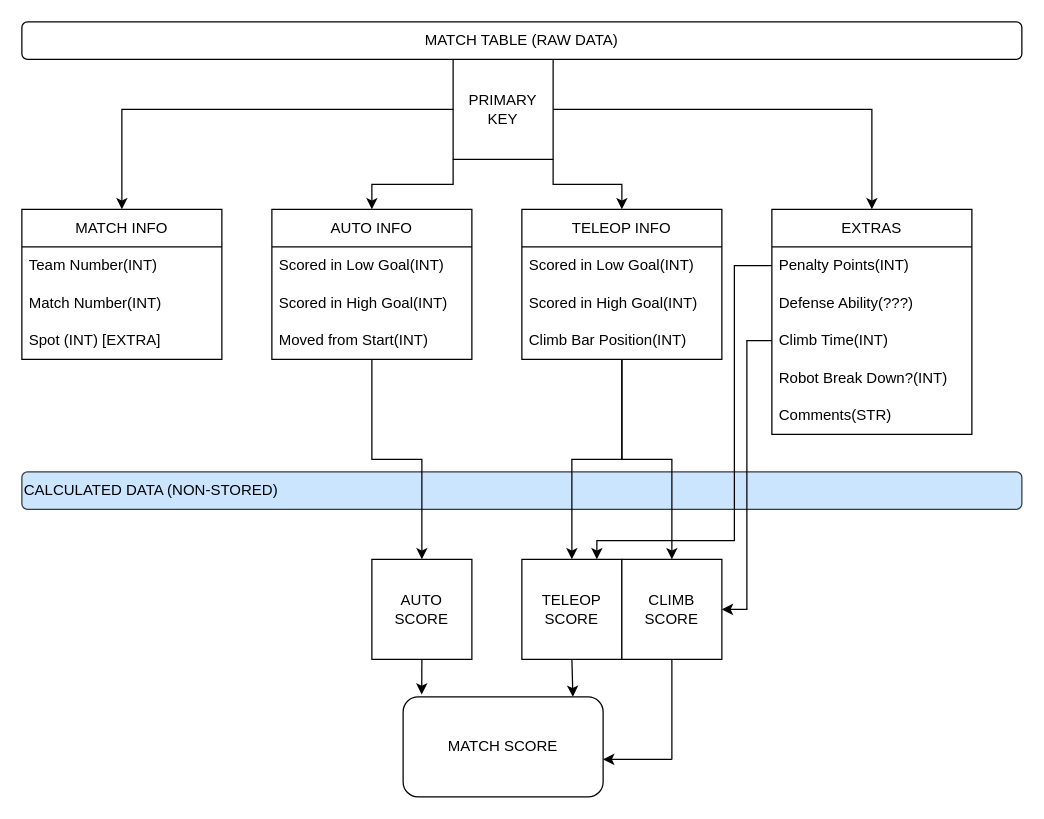
Earlier version of the draw.io diagram docs/DataDesign.drawio (Derp88/computing1Final). Source tidied: cells renumbered, new cells numbered last; positions are measured from the earlier drawing's top-left corner, leaving out a move shared by most shapes. Both pictures are drawn from the tidied source at 125%, with x=0, y=0 at pixel (21, 21).
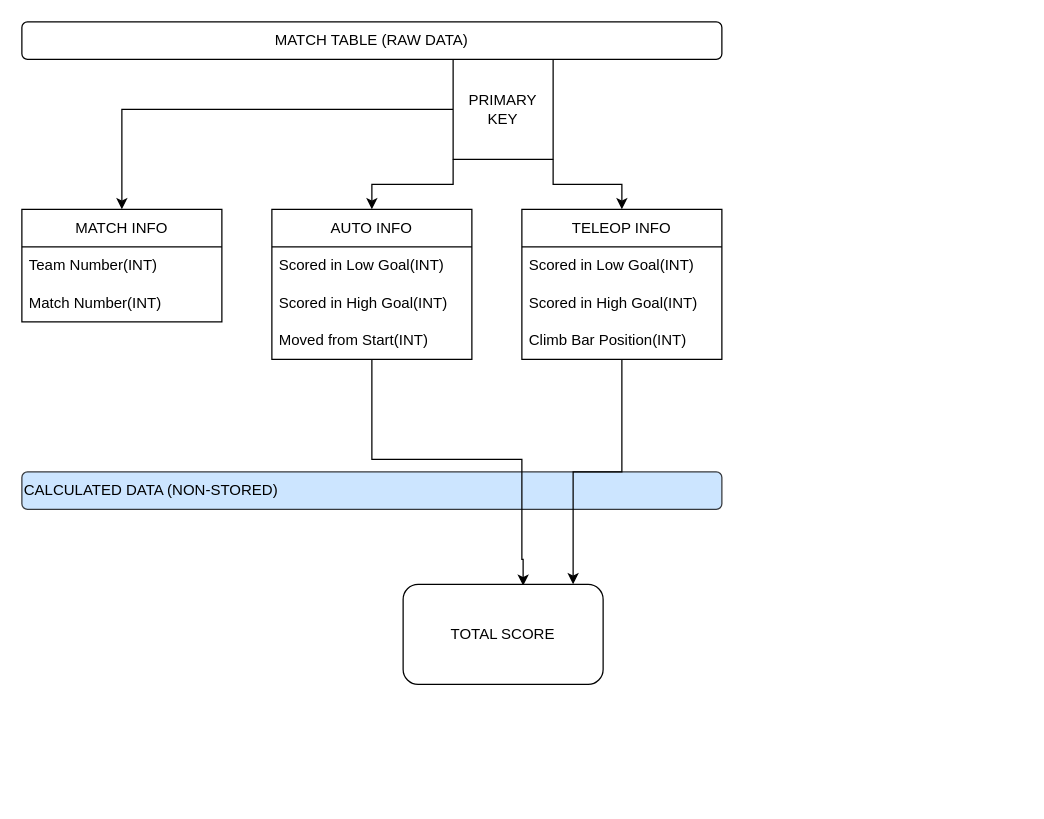
After the change.

Unchanged cells that the change refers to:
```xml
<mxCell id="7" value="PRIMARY KEY&lt;br&gt;" style="whiteSpace=wrap;html=1;" parent="1" vertex="1">
  <mxGeometry x="345" y="30" width="80" height="80" as="geometry" />
</mxCell>
<mxCell id="13" value="AUTO INFO" style="swimlane;fontStyle=0;horizontal=1;startSize=30;whiteSpace=wrap;html=1;" parent="1" vertex="1">
  <mxGeometry x="200" y="150" width="160" height="120" as="geometry" />
</mxCell>
<mxCell id="19" value="TELEOP INFO" style="swimlane;fontStyle=0;horizontal=1;startSize=30;whiteSpace=wrap;html=1;" parent="1" vertex="1">
  <mxGeometry x="400" y="150" width="160" height="120" as="geometry" />
</mxCell>
```

Change to the diagram source:
```diff
@@
     <mxCell id="2" value="CALCULATED DATA (NON-STORED)" style="rounded=1;whiteSpace=wrap;html=1;fillColor=#cce5ff;strokeColor=#36393d;align=left;" parent="1" vertex="1">
-      <mxGeometry y="360" width="800" height="30" as="geometry" />
+      <mxGeometry y="360" width="560" height="30" as="geometry" />
     </mxCell>
@@
-    <mxCell id="6" style="edgeStyle=orthogonalEdgeStyle;rounded=0;jettySize=auto;html=1;exitX=1;exitY=0.5;exitDx=0;exitDy=0;entryX=0.5;entryY=0;entryDx=0;entryDy=0;" parent="1" edge="1" source="7" target="23">
-      <mxGeometry relative="1" as="geometry" />
-    </mxCell>
@@
     <mxCell id="8" value="MATCH INFO" style="swimlane;fontStyle=0;horizontal=1;startSize=30;whiteSpace=wrap;html=1;" parent="1" vertex="1">
-      <mxGeometry y="150" width="160" height="120" as="geometry" />
+      <mxGeometry y="150" width="160" height="90" as="geometry" />
     </mxCell>
@@
-    <mxCell id="11" value="Spot (INT) [EXTRA]" style="text;strokeColor=none;fillColor=none;align=left;verticalAlign=middle;spacingLeft=4;spacingRight=4;overflow=hidden;whiteSpace=wrap;html=1;" parent="8" vertex="1">
-      <mxGeometry y="90" width="160" height="30" as="geometry" />
-    </mxCell>
-    <mxCell id="12" style="edgeStyle=orthogonalEdgeStyle;rounded=0;jettySize=auto;html=1;entryX=0.5;entryY=0;entryDx=0;entryDy=0;fontColor=none;" parent="1" edge="1" source="13" target="32">
-      <mxGeometry relative="1" as="geometry" />
+    <mxCell id="12" style="edgeStyle=orthogonalEdgeStyle;rounded=0;jettySize=auto;html=1;entryX=0.6;entryY=0.013;entryDx=0;entryDy=0;fontColor=none;entryPerimeter=0;" parent="1" edge="1" source="13" target="30">
+      <mxGeometry relative="1" as="geometry">
+        <Array as="points">
+          <mxPoint x="280" y="350" />
+          <mxPoint x="400" y="350" />
+          <mxPoint x="400" y="430" />
+        </Array>
+      </mxGeometry>
     </mxCell>
@@
-    <mxCell id="17" style="edgeStyle=orthogonalEdgeStyle;rounded=0;jettySize=auto;html=1;entryX=0.5;entryY=0;entryDx=0;entryDy=0;" parent="1" edge="1" source="19" target="34">
-      <mxGeometry relative="1" as="geometry" />
-    </mxCell>
-    <mxCell id="18" style="edgeStyle=orthogonalEdgeStyle;rounded=0;jettySize=auto;html=1;entryX=0.5;entryY=0;entryDx=0;entryDy=0;" parent="1" edge="1" source="19" target="35">
-      <mxGeometry relative="1" as="geometry" />
-    </mxCell>
+    <mxCell id="40" style="edgeStyle=orthogonalEdgeStyle;rounded=0;jettySize=auto;html=1;entryX=0.85;entryY=0;entryDx=0;entryDy=0;entryPerimeter=0;" parent="1" edge="1" source="19" target="30">
+      <mxGeometry relative="1" as="geometry" />
+    </mxCell>
@@
-    <mxCell id="23" value="EXTRAS" style="swimlane;fontStyle=0;horizontal=1;startSize=30;whiteSpace=wrap;html=1;" parent="1" vertex="1">
-      <mxGeometry x="600" y="150" width="160" height="180" as="geometry" />
-    </mxCell>
-    <mxCell id="24" value="Penalty Points(INT)" style="text;strokeColor=none;fillColor=none;align=left;verticalAlign=middle;spacingLeft=4;spacingRight=4;overflow=hidden;points=[[0,0.5],[1,0.5]];portConstraint=eastwest;whiteSpace=wrap;html=1;" parent="23" vertex="1">
-      <mxGeometry y="30" width="160" height="30" as="geometry" />
-    </mxCell>
-    <mxCell id="25" value="Defense Ability(???)" style="text;strokeColor=none;fillColor=none;align=left;verticalAlign=middle;spacingLeft=4;spacingRight=4;overflow=hidden;whiteSpace=wrap;html=1;" parent="23" vertex="1">
-      <mxGeometry y="60" width="160" height="30" as="geometry" />
-    </mxCell>
-    <mxCell id="26" value="Climb Time(INT)&lt;br&gt;" style="text;strokeColor=none;fillColor=none;align=left;verticalAlign=middle;spacingLeft=4;spacingRight=4;overflow=hidden;points=[[0,0.5],[1,0.5]];portConstraint=eastwest;whiteSpace=wrap;html=1;" parent="23" vertex="1">
-      <mxGeometry y="90" width="160" height="30" as="geometry" />
-    </mxCell>
-    <mxCell id="27" value="Robot Break Down?(INT)" style="text;strokeColor=none;fillColor=none;align=left;verticalAlign=middle;spacingLeft=4;spacingRight=4;overflow=hidden;whiteSpace=wrap;html=1;" parent="23" vertex="1">
-      <mxGeometry y="120" width="160" height="30" as="geometry" />
-    </mxCell>
-    <mxCell id="28" value="Comments(STR)" style="text;strokeColor=none;fillColor=none;align=left;verticalAlign=middle;spacingLeft=4;spacingRight=4;overflow=hidden;whiteSpace=wrap;html=1;" parent="23" vertex="1">
-      <mxGeometry y="150" width="160" height="30" as="geometry" />
-    </mxCell>
     <mxCell id="29" value="MATCH TABLE (RAW DATA)" style="rounded=1;whiteSpace=wrap;html=1;" parent="1" vertex="1">
-      <mxGeometry width="800" height="30" as="geometry" />
+      <mxGeometry width="560" height="30" as="geometry" />
     </mxCell>
-    <mxCell id="30" value="MATCH SCORE" style="rounded=1;whiteSpace=wrap;html=1;" parent="1" vertex="1">
-      <mxGeometry x="305" y="540" width="160" height="80" as="geometry" />
+    <mxCell id="30" value="TOTAL SCORE" style="rounded=1;whiteSpace=wrap;html=1;" parent="1" vertex="1">
+      <mxGeometry x="305" y="450" width="160" height="80" as="geometry" />
     </mxCell>
-    <mxCell id="31" style="edgeStyle=orthogonalEdgeStyle;rounded=0;jettySize=auto;html=1;exitX=0.5;exitY=1;exitDx=0;exitDy=0;entryX=0.093;entryY=-0.023;entryDx=0;entryDy=0;entryPerimeter=0;fontColor=none;" parent="1" edge="1" source="32" target="30">
-      <mxGeometry relative="1" as="geometry" />
-    </mxCell>
-    <mxCell id="32" value="AUTO SCORE" style="whiteSpace=wrap;html=1;" parent="1" vertex="1">
-      <mxGeometry x="280" y="430" width="80" height="80" as="geometry" />
-    </mxCell>
-    <mxCell id="33" style="edgeStyle=orthogonalEdgeStyle;rounded=0;jettySize=auto;html=1;exitX=0.5;exitY=1;exitDx=0;exitDy=0;entryX=0.849;entryY=0;entryDx=0;entryDy=0;entryPerimeter=0;" parent="1" edge="1" source="34" target="30">
-      <mxGeometry relative="1" as="geometry" />
-    </mxCell>
-    <mxCell id="34" value="TELEOP SCORE" style="whiteSpace=wrap;html=1;" parent="1" vertex="1">
-      <mxGeometry x="400" y="430" width="80" height="80" as="geometry" />
-    </mxCell>
-    <mxCell id="35" value="CLIMB SCORE" style="whiteSpace=wrap;html=1;" parent="1" vertex="1">
-      <mxGeometry x="480" y="430" width="80" height="80" as="geometry" />
-    </mxCell>
-    <mxCell id="36" style="endArrow=classic;html=1;rounded=0;fontColor=none;" parent="1" edge="1">
-      <mxGeometry relative="1" as="geometry">
-        <mxPoint x="520" y="590" as="sourcePoint" />
-        <mxPoint x="465" y="590" as="targetPoint" />
-      </mxGeometry>
-    </mxCell>
-    <mxCell id="37" style="endArrow=none;html=1;rounded=0;fontColor=none;entryX=0.5;entryY=1;entryDx=0;entryDy=0;" parent="1" edge="1" target="35">
-      <mxGeometry relative="1" as="geometry">
-        <mxPoint x="520" y="590" as="sourcePoint" />
-      </mxGeometry>
-    </mxCell>
-    <mxCell id="38" style="edgeStyle=orthogonalEdgeStyle;rounded=0;jettySize=auto;html=1;entryX=1;entryY=0.5;entryDx=0;entryDy=0;fontColor=none;" parent="1" edge="1" source="26" target="35">
-      <mxGeometry relative="1" as="geometry" />
-    </mxCell>
-    <mxCell id="39" style="edgeStyle=orthogonalEdgeStyle;rounded=0;jettySize=auto;html=1;fontColor=none;entryX=0.75;entryY=0;entryDx=0;entryDy=0;" parent="1" edge="1" source="24" target="34">
-      <mxGeometry relative="1" as="geometry">
-        <Array as="points">
-          <mxPoint x="570" y="195" />
-          <mxPoint x="570" y="415" />
-          <mxPoint x="460" y="415" />
-        </Array>
-      </mxGeometry>
-    </mxCell>
```
